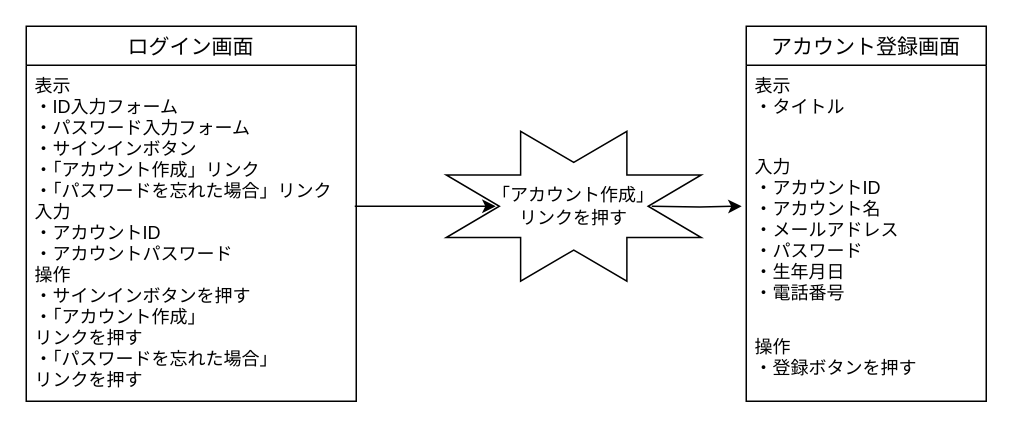
The draw.io diagram 画面遷移図/ログイン画面から登録画面.drawio in Ryusei44237/sotuken, before the edit. Source tidied: cells renumbered, new cells numbered last; positions are measured from the earlier drawing's top-left corner, leaving out a move shared by most shapes. Both pictures are drawn from the tidied source at 150%, with x=0, y=0 at pixel (26, 26).
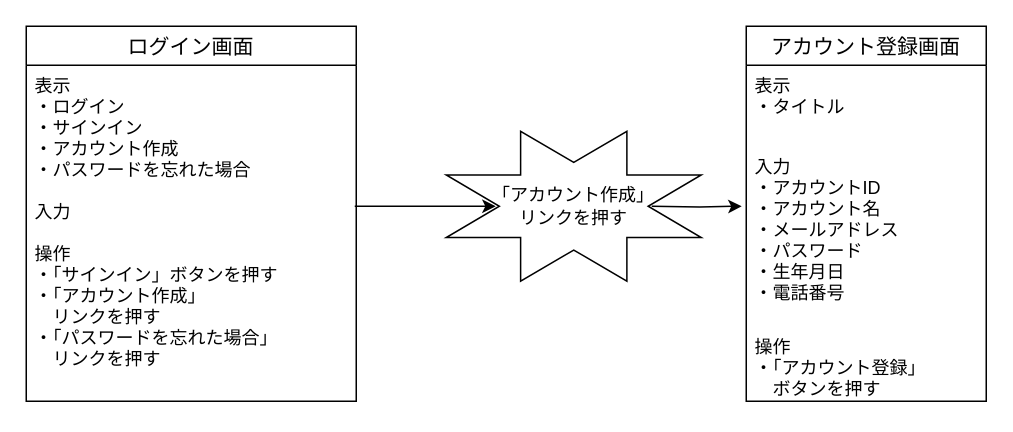
The same diagram, later.

Diff of the diagram source:
```diff
@@
 <mxGraphModel>
   <root>
     <mxCell id="0" />
     <mxCell id="1" parent="0" />
     <mxCell id="2" value="ログイン画面" style="swimlane;fontStyle=0;horizontal=1;startSize=26;align=center;fontSize=14;" parent="1" vertex="1">
       <mxGeometry width="220" height="250" as="geometry" />
     </mxCell>
-    <mxCell id="3" value="表示&#10;・ID入力フォーム&#10;・パスワード入力フォーム&#10;・サインインボタン&#10;・「アカウント作成」リンク&#10;・「パスワードを忘れた場合」リンク&#10;入力&#10;・アカウントID&#10;・アカウントパスワード&#10;操作&#10;・サインインボタンを押す&#10;・「アカウント作成」&#10;リンクを押す&#10;・「パスワードを忘れた場合」&#10;リンクを押す" style="text;strokeColor=none;fillColor=none;spacingLeft=4;spacingRight=4;overflow=hidden;fontSize=12;" parent="2" vertex="1">
+    <mxCell id="3" value="表示&#10;・ログイン&#10;・サインイン&#10;・アカウント作成&#10;・パスワードを忘れた場合&#10;&#10;入力&#10;&#10;操作&#10;・「サインイン」ボタンを押す&#10;・「アカウント作成」&#10;　リンクを押す&#10;・「パスワードを忘れた場合」&#10;　リンクを押す" style="text;strokeColor=none;fillColor=none;spacingLeft=4;spacingRight=4;overflow=hidden;fontSize=12;" parent="2" vertex="1">
       <mxGeometry y="26" width="220" height="224" as="geometry" />
     </mxCell>
     <mxCell id="4" style="endArrow=classic;html=1;entryX=0.194;entryY=0.5;entryDx=0;entryDy=0;entryPerimeter=0;" parent="1" edge="1" target="6">
       <mxGeometry relative="1" as="geometry">
         <mxPoint x="219" y="120" as="sourcePoint" />
       </mxGeometry>
     </mxCell>
     <mxCell id="5" style="edgeStyle=orthogonalEdgeStyle;rounded=0;jettySize=auto;html=1;entryX=-0.019;entryY=0.333;entryDx=0;entryDy=0;entryPerimeter=0;" parent="1" edge="1" target="10">
       <mxGeometry relative="1" as="geometry">
         <mxPoint x="417" y="120" as="sourcePoint" />
       </mxGeometry>
     </mxCell>
     <mxCell id="6" style="verticalLabelPosition=bottom;verticalAlign=top;html=1;shape=mxgraph.basic.8_point_star;" parent="1" vertex="1">
       <mxGeometry x="280" y="70" width="170" height="100" as="geometry" />
     </mxCell>
     <mxCell id="7" value="「アカウント作成」リンクを押す" style="text;html=1;strokeColor=none;fillColor=none;align=center;verticalAlign=middle;whiteSpace=wrap;rounded=0;" parent="1" vertex="1">
       <mxGeometry x="310" y="110" width="110" height="20" as="geometry" />
     </mxCell>
     <mxCell id="8" value="アカウント登録画面" style="swimlane;fontStyle=0;horizontal=1;startSize=26;align=center;fontSize=14;strokeWidth=1;" parent="1" vertex="1">
       <mxGeometry x="480" width="160" height="250" as="geometry" />
     </mxCell>
     <mxCell id="9" value="表示&#10;・タイトル&#10;" style="text;strokeColor=none;fillColor=none;spacingLeft=4;spacingRight=4;overflow=hidden;fontSize=12;" parent="8" vertex="1">
       <mxGeometry y="26" width="160" height="54" as="geometry" />
     </mxCell>
     <mxCell id="10" value="入力&#10;・アカウントID&#10;・アカウント名&#10;・メールアドレス&#10;・パスワード&#10;・生年月日&#10;・電話番号&#10;&#10;" style="text;strokeColor=none;fillColor=none;spacingLeft=4;spacingRight=4;overflow=hidden;points=[[0,0.5],[1,0.5]];portConstraint=eastwest;fontSize=12;" parent="8" vertex="1">
       <mxGeometry y="80" width="160" height="120" as="geometry" />
     </mxCell>
-    <mxCell id="11" value="操作&#10;・登録ボタンを押す&#10;" style="text;strokeColor=none;fillColor=none;spacingLeft=4;spacingRight=4;overflow=hidden;fontSize=12;" parent="8" vertex="1">
+    <mxCell id="11" value="操作&#10;・「アカウント登録」&#10;　ボタンを押す&#10;" style="text;strokeColor=none;fillColor=none;spacingLeft=4;spacingRight=4;overflow=hidden;fontSize=12;" parent="8" vertex="1">
       <mxGeometry y="200" width="160" height="50" as="geometry" />
     </mxCell>
   </root>
 </mxGraphModel>
```
